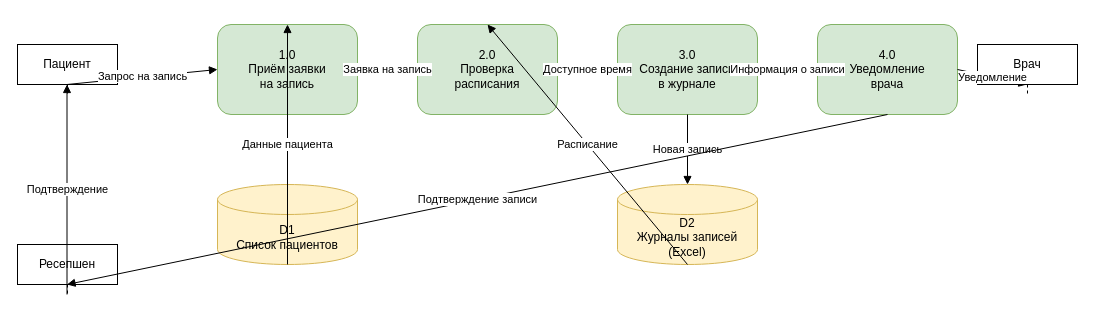
practicumstudent2025/architecture-medikamente keeps this draw.io diagram as Task1/DFD_Level1_Запись_к_врачу.drawio. Above is the earlier version. Source tidied: cells renumbered, new cells numbered last; positions are measured from the earlier drawing's top-left corner, leaving out a move shared by most shapes. Both pictures are drawn from the tidied source at 100%, with x=0, y=0 at pixel (17, 24).
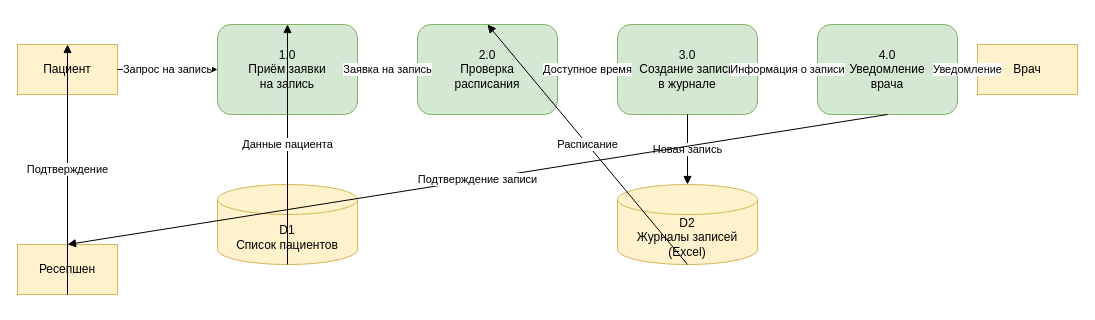
The same diagram, later.

Change to the diagram source:
```diff
@@
-    <mxCell id="2" value="Пациент" style="shape=umlLifeline;perimeter=lifelinePerimeter;whiteSpace=wrap;html=1;outlineConnect=0;" parent="1" vertex="1">
+    <mxCell id="2" value="Пациент" style="rounded=0;whiteSpace=wrap;html=1;fillColor=#fff2cc;strokeColor=#d6b656;" parent="1" vertex="1">
       <mxGeometry y="20" width="100" height="50" as="geometry" />
     </mxCell>
-    <mxCell id="3" value="Ресепшен" style="shape=umlLifeline;perimeter=lifelinePerimeter;whiteSpace=wrap;html=1;outlineConnect=0;" parent="1" vertex="1">
+    <mxCell id="3" value="Ресепшен" style="rounded=0;whiteSpace=wrap;html=1;fillColor=#fff2cc;strokeColor=#d6b656;" parent="1" vertex="1">
       <mxGeometry y="220" width="100" height="50" as="geometry" />
     </mxCell>
-    <mxCell id="4" value="Врач" style="shape=umlLifeline;perimeter=lifelinePerimeter;whiteSpace=wrap;html=1;outlineConnect=0;" parent="1" vertex="1">
+    <mxCell id="4" value="Врач" style="rounded=0;whiteSpace=wrap;html=1;fillColor=#fff2cc;strokeColor=#d6b656;" parent="1" vertex="1">
       <mxGeometry x="960" y="20" width="100" height="50" as="geometry" />
     </mxCell>
```
